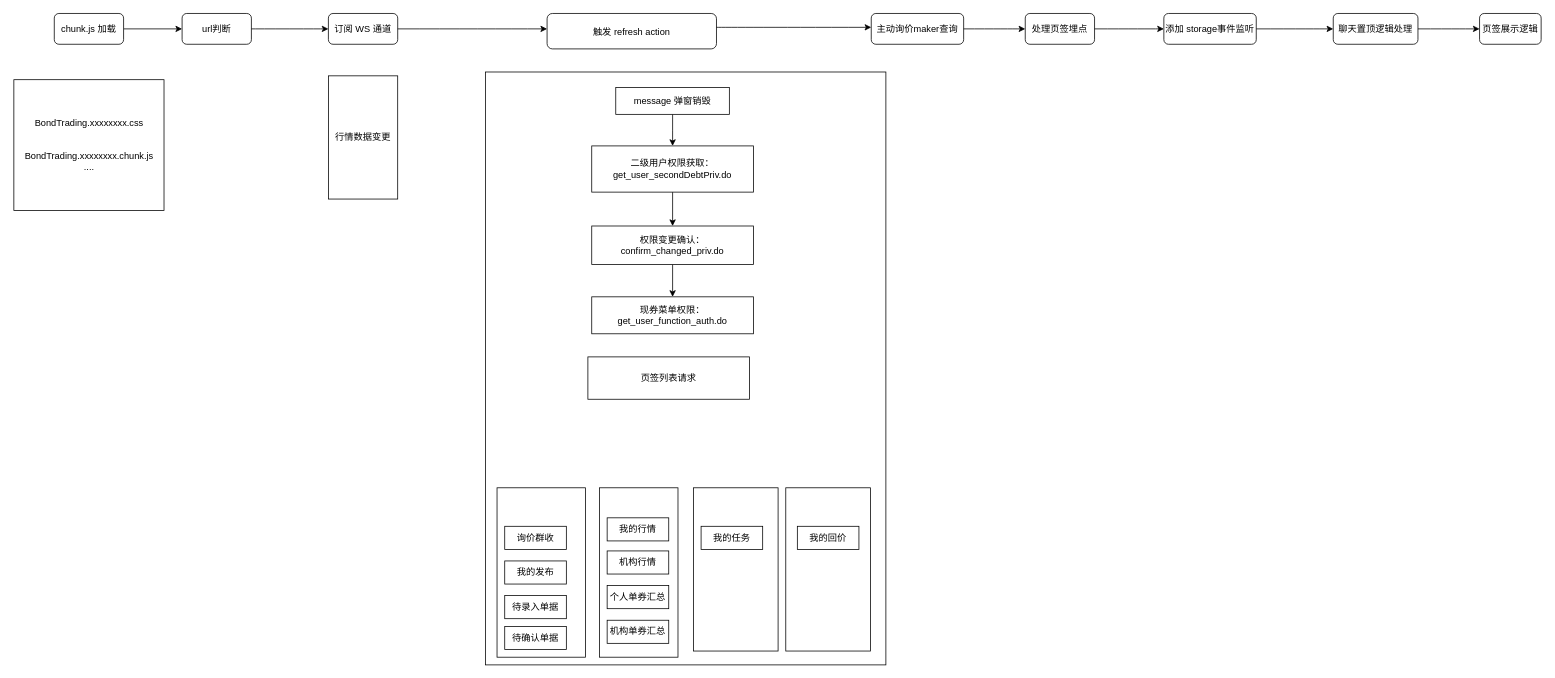
Earlier version of the draw.io diagram page "页面加载流程图" (2 of 2) of 未命名绘图.drawio (tanqq1/diagrams-images). Source tidied: cells renumbered, new cells numbered last; positions are measured from the earlier drawing's top-left corner, leaving out a move shared by most shapes. Both pictures are drawn from the tidied source at 77%, with x=0, y=0 at pixel (14, 13).
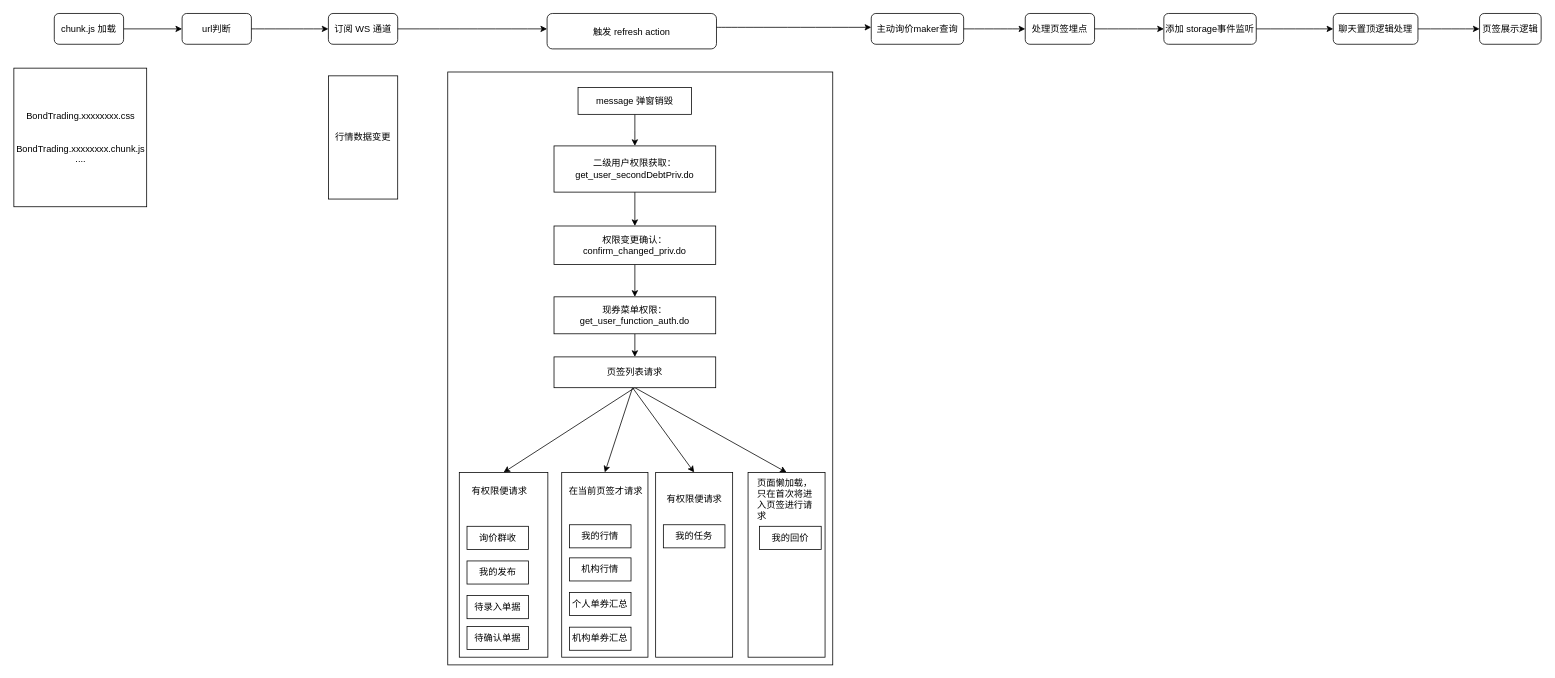
Above is the later version.

The edit, as a diff of the source:
```diff
@@
     <mxCell id="18" style="rounded=0;whiteSpace=wrap;html=1;" parent="1" vertex="1">
-      <mxGeometry x="612" y="76" width="520" height="770" as="geometry" />
+      <mxGeometry x="563" y="76" width="500" height="770" as="geometry" />
     </mxCell>
@@
     <mxCell id="20" value="message 弹窗销毁" style="rounded=0;whiteSpace=wrap;html=1;" parent="1" vertex="1">
-      <mxGeometry x="781.2" y="96" width="147.5" height="35" as="geometry" />
+      <mxGeometry x="732.2" y="96" width="147.5" height="35" as="geometry" />
     </mxCell>
@@
     <mxCell id="22" value="二级用户权限获取：get_user_secondDebtPriv.do" style="rounded=0;whiteSpace=wrap;html=1;" parent="1" vertex="1">
-      <mxGeometry x="750" y="172" width="210" height="60" as="geometry" />
+      <mxGeometry x="701" y="172" width="210" height="60" as="geometry" />
     </mxCell>
+    <mxCell id="44" style="edgeStyle=none;rounded=0;jettySize=auto;html=1;" parent="1" edge="1" source="23" target="28">
+      <mxGeometry relative="1" as="geometry" />
+    </mxCell>
     <mxCell id="23" value="现券菜单权限：get_user_function_auth.do" style="rounded=0;whiteSpace=wrap;html=1;" parent="1" vertex="1">
-      <mxGeometry x="750" y="368" width="210" height="48" as="geometry" />
+      <mxGeometry x="701" y="368" width="210" height="48" as="geometry" />
     </mxCell>
@@
     <mxCell id="25" value="权限变更确认：confirm_changed_priv.do" style="rounded=0;whiteSpace=wrap;html=1;" parent="1" vertex="1">
-      <mxGeometry x="750" y="276" width="210" height="50" as="geometry" />
+      <mxGeometry x="701" y="276" width="210" height="50" as="geometry" />
     </mxCell>
     <mxCell id="26" style="rounded=0;whiteSpace=wrap;html=1;" parent="1" vertex="1">
-      <mxGeometry x="627" y="616" width="115" height="220" as="geometry" />
+      <mxGeometry x="578" y="596" width="115" height="240" as="geometry" />
     </mxCell>
     <mxCell id="27" style="rounded=0;whiteSpace=wrap;html=1;" parent="1" vertex="1">
-      <mxGeometry x="760" y="616" width="102" height="220" as="geometry" />
+      <mxGeometry x="711" y="596" width="112" height="240" as="geometry" />
     </mxCell>
+    <mxCell id="45" style="edgeStyle=none;rounded=0;jettySize=auto;html=1;entryX=0.5;entryY=0;entryDx=0;entryDy=0;exitX=0.5;exitY=1;exitDx=0;exitDy=0;" parent="1" edge="1" source="28" target="26">
+      <mxGeometry relative="1" as="geometry" />
+    </mxCell>
+    <mxCell id="46" style="edgeStyle=none;rounded=0;jettySize=auto;html=1;entryX=0.5;entryY=0;entryDx=0;entryDy=0;" parent="1" edge="1" target="27">
+      <mxGeometry relative="1" as="geometry">
+        <mxPoint x="803" y="486" as="sourcePoint" />
+      </mxGeometry>
+    </mxCell>
+    <mxCell id="47" style="edgeStyle=none;rounded=0;jettySize=auto;html=1;entryX=0.5;entryY=0;entryDx=0;entryDy=0;exitX=0.5;exitY=1;exitDx=0;exitDy=0;" parent="1" edge="1" source="28" target="38">
+      <mxGeometry relative="1" as="geometry" />
+    </mxCell>
+    <mxCell id="48" style="edgeStyle=none;rounded=0;jettySize=auto;html=1;entryX=0.5;entryY=0;entryDx=0;entryDy=0;" parent="1" edge="1" target="37">
+      <mxGeometry relative="1" as="geometry">
+        <mxPoint x="803" y="486" as="sourcePoint" />
+      </mxGeometry>
+    </mxCell>
     <mxCell id="28" value="页签列表请求" style="rounded=0;whiteSpace=wrap;html=1;" parent="1" vertex="1">
-      <mxGeometry x="745" y="446" width="210" height="55" as="geometry" />
+      <mxGeometry x="701" y="446" width="210" height="40" as="geometry" />
     </mxCell>
     <mxCell id="29" value="询价群收" style="rounded=0;whiteSpace=wrap;html=1;" parent="1" vertex="1">
-      <mxGeometry x="637" y="666" width="80" height="30" as="geometry" />
+      <mxGeometry x="588" y="666" width="80" height="30" as="geometry" />
     </mxCell>
     <mxCell id="30" value="我的发布" style="rounded=0;whiteSpace=wrap;html=1;" parent="1" vertex="1">
-      <mxGeometry x="637" y="711" width="80" height="30" as="geometry" />
+      <mxGeometry x="588" y="711" width="80" height="30" as="geometry" />
     </mxCell>
     <mxCell id="31" value="待录入单据" style="rounded=0;whiteSpace=wrap;html=1;" parent="1" vertex="1">
-      <mxGeometry x="637" y="756" width="80" height="30" as="geometry" />
+      <mxGeometry x="588" y="756" width="80" height="30" as="geometry" />
     </mxCell>
     <mxCell id="32" value="待确认单据" style="rounded=0;whiteSpace=wrap;html=1;" parent="1" vertex="1">
-      <mxGeometry x="637" y="796" width="80" height="30" as="geometry" />
+      <mxGeometry x="588" y="796" width="80" height="30" as="geometry" />
     </mxCell>
     <mxCell id="33" value="我的行情" style="rounded=0;whiteSpace=wrap;html=1;" parent="1" vertex="1">
-      <mxGeometry x="770" y="655" width="80" height="30" as="geometry" />
+      <mxGeometry x="721" y="664" width="80" height="30" as="geometry" />
     </mxCell>
     <mxCell id="34" value="机构行情" style="rounded=0;whiteSpace=wrap;html=1;" parent="1" vertex="1">
-      <mxGeometry x="770" y="698" width="80" height="30" as="geometry" />
+      <mxGeometry x="721" y="707" width="80" height="30" as="geometry" />
     </mxCell>
     <mxCell id="35" value="个人单券汇总" style="rounded=0;whiteSpace=wrap;html=1;" parent="1" vertex="1">
-      <mxGeometry x="770" y="743" width="80" height="30" as="geometry" />
+      <mxGeometry x="721" y="752" width="80" height="30" as="geometry" />
     </mxCell>
     <mxCell id="36" value="机构单券汇总" style="rounded=0;whiteSpace=wrap;html=1;" parent="1" vertex="1">
-      <mxGeometry x="770" y="788" width="80" height="30" as="geometry" />
+      <mxGeometry x="721" y="797" width="80" height="30" as="geometry" />
     </mxCell>
     <mxCell id="37" style="rounded=0;whiteSpace=wrap;html=1;" parent="1" vertex="1">
-      <mxGeometry x="882" y="616" width="110" height="212" as="geometry" />
+      <mxGeometry x="833" y="596" width="100" height="240" as="geometry" />
     </mxCell>
     <mxCell id="38" style="rounded=0;whiteSpace=wrap;html=1;" parent="1" vertex="1">
-      <mxGeometry x="1002" y="616" width="110" height="212" as="geometry" />
+      <mxGeometry x="953" y="596" width="100" height="240" as="geometry" />
     </mxCell>
     <mxCell id="39" value="我的任务" style="rounded=0;whiteSpace=wrap;html=1;" parent="1" vertex="1">
-      <mxGeometry x="892" y="666" width="80" height="30" as="geometry" />
+      <mxGeometry x="843" y="664" width="80" height="30" as="geometry" />
     </mxCell>
     <mxCell id="40" value="我的回价" style="rounded=0;whiteSpace=wrap;html=1;" parent="1" vertex="1">
-      <mxGeometry x="1017" y="666" width="80" height="30" as="geometry" />
+      <mxGeometry x="968" y="666" width="80" height="30" as="geometry" />
     </mxCell>
@@
     <mxCell id="43" value="BondTrading.xxxxxxxx.css&lt;br&gt;&lt;br&gt;&lt;br&gt;BondTrading.xxxxxxxx.chunk.js&lt;br&gt;...." style="rounded=0;whiteSpace=wrap;html=1;" parent="1" vertex="1">
-      <mxGeometry x="-0.5" y="86" width="195" height="170" as="geometry" />
+      <mxGeometry x="-0.5" y="71" width="172.5" height="180" as="geometry" />
     </mxCell>
+    <mxCell id="49" value="有权限便请求" style="text;html=1;strokeColor=none;fillColor=none;align=center;verticalAlign=middle;whiteSpace=wrap;rounded=0;" parent="1" vertex="1">
+      <mxGeometry x="588" y="606" width="85" height="30" as="geometry" />
+    </mxCell>
+    <mxCell id="50" value="在当前页签才请求" style="text;html=1;strokeColor=none;fillColor=none;align=center;verticalAlign=middle;whiteSpace=wrap;rounded=0;" parent="1" vertex="1">
+      <mxGeometry x="715" y="606" width="107" height="30" as="geometry" />
+    </mxCell>
+    <mxCell id="51" value="有权限便请求" style="text;html=1;strokeColor=none;fillColor=none;align=center;verticalAlign=middle;whiteSpace=wrap;rounded=0;" parent="1" vertex="1">
+      <mxGeometry x="839.5" y="615.5" width="87" height="31" as="geometry" />
+    </mxCell>
+    <mxCell id="52" value="页面懒加载，只在首次将进入页签进行请求" style="text;html=1;strokeColor=none;fillColor=none;align=left;verticalAlign=middle;whiteSpace=wrap;rounded=0;" parent="1" vertex="1">
+      <mxGeometry x="963" y="606" width="80" height="50" as="geometry" />
+    </mxCell>
```
